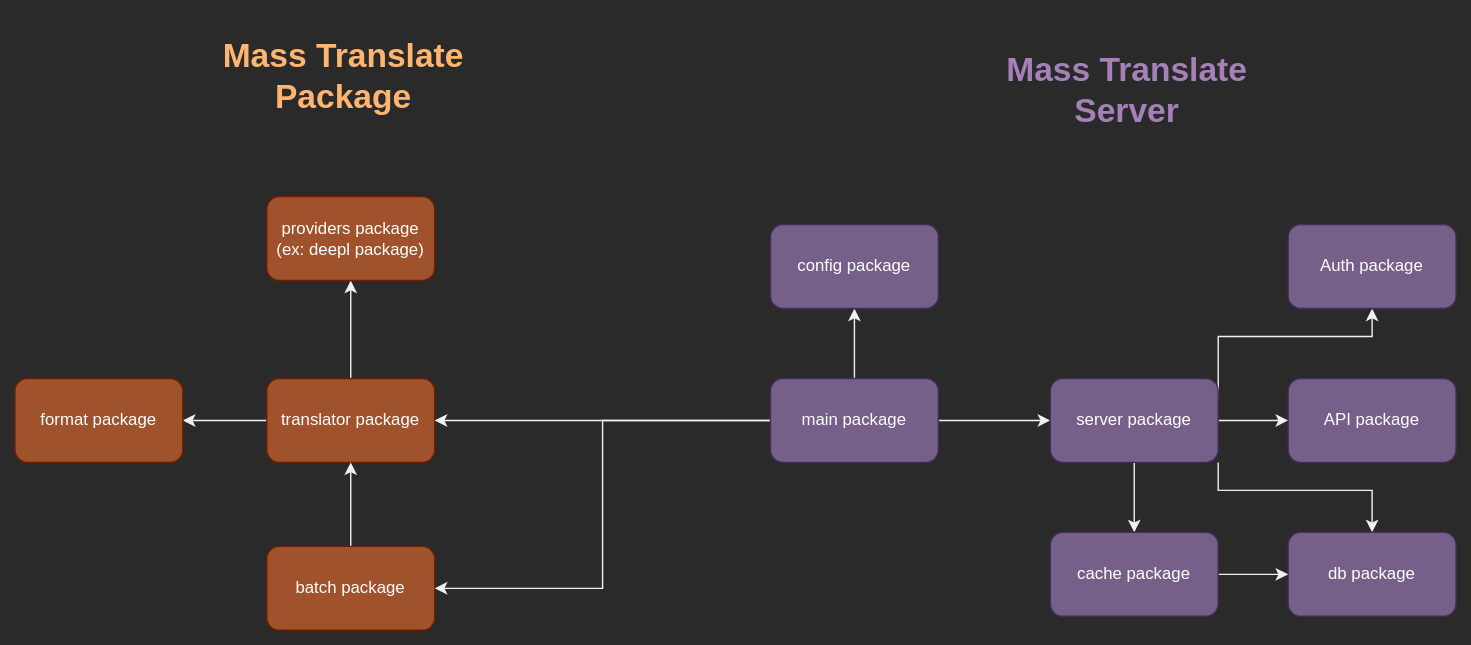
Before: diagrams/package diagram.svg, a diagram exported from draw.io (o0n1x/sublate-go). Source tidied: cells renumbered, new cells last; positions are measured from the earlier drawing's top-left corner, leaving out a move shared by most shapes.
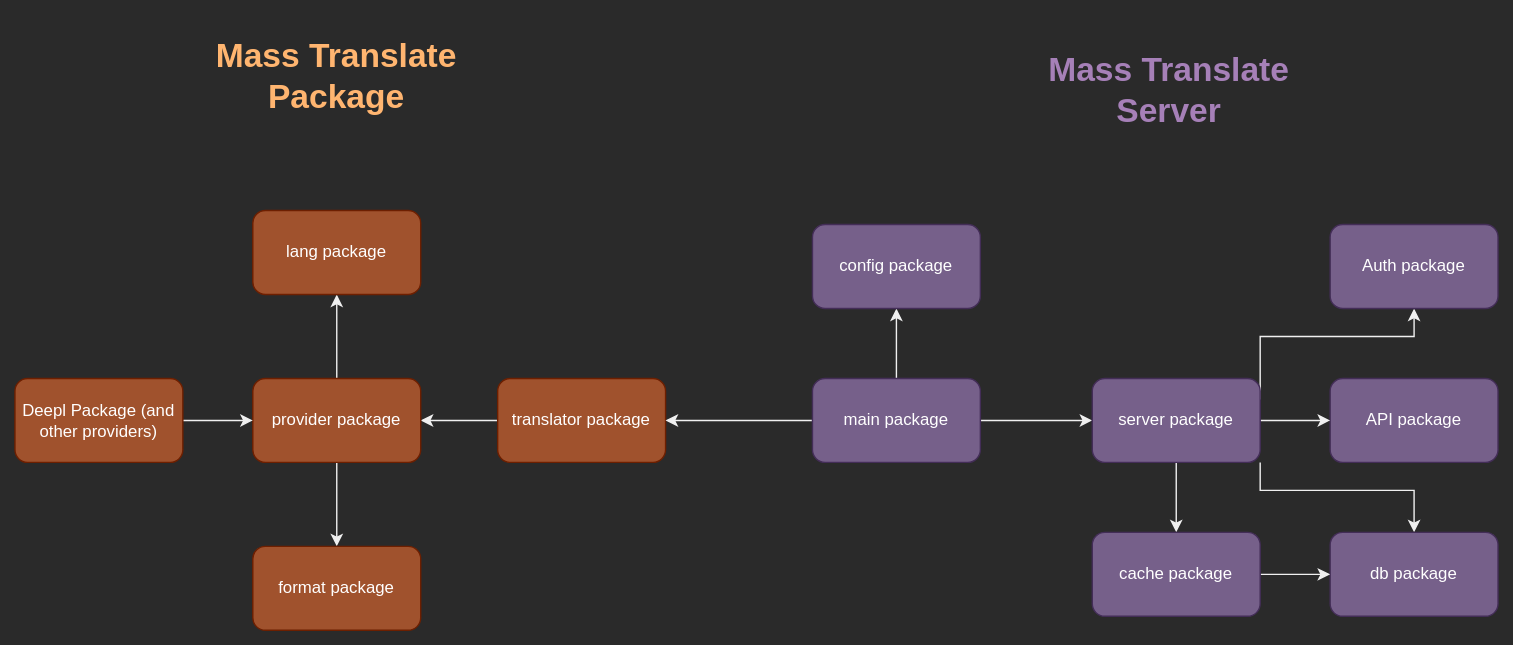
After the change.

Diff of the diagram source:
```diff
@@ -2,27 +2,18 @@
   <root>
     <mxCell id="0" />
     <mxCell id="1" parent="0" />
-    <mxCell id="2" style="edgeStyle=orthogonalEdgeStyle;rounded=0;jettySize=auto;html=1;exitX=0;exitY=0.5;exitDx=0;exitDy=0;entryX=1;entryY=0.5;entryDx=0;entryDy=0;" parent="1" edge="1" source="4" target="24">
+    <mxCell id="2" style="edgeStyle=orthogonalEdgeStyle;rounded=0;jettySize=auto;html=1;exitX=0.5;exitY=1;exitDx=0;exitDy=0;entryX=0.5;entryY=0;entryDx=0;entryDy=0;" parent="1" edge="1" source="23" target="24">
       <mxGeometry relative="1" as="geometry" />
     </mxCell>
-    <mxCell id="3" style="edgeStyle=orthogonalEdgeStyle;rounded=0;jettySize=auto;html=1;exitX=0.5;exitY=0;exitDx=0;exitDy=0;entryX=0.5;entryY=1;entryDx=0;entryDy=0;" parent="1" edge="1" source="4" target="23">
+    <mxCell id="3" style="edgeStyle=orthogonalEdgeStyle;rounded=0;jettySize=auto;html=1;exitX=0;exitY=0.5;exitDx=0;exitDy=0;entryX=1;entryY=0.5;entryDx=0;entryDy=0;" parent="1" edge="1" source="4" target="23">
       <mxGeometry relative="1" as="geometry" />
     </mxCell>
     <mxCell id="4" value="translator package" style="rounded=1;whiteSpace=wrap;html=1;fillColor=#a0522d;fontColor=#ffffff;strokeColor=#6D1F00;" parent="1" vertex="1">
-      <mxGeometry x="180" y="250" width="120" height="60" as="geometry" />
+      <mxGeometry x="315" y="250" width="120" height="60" as="geometry" />
     </mxCell>
-    <mxCell id="5" style="edgeStyle=orthogonalEdgeStyle;rounded=0;jettySize=auto;html=1;exitX=0.5;exitY=0;exitDx=0;exitDy=0;entryX=0.5;entryY=1;entryDx=0;entryDy=0;" parent="1" edge="1" source="6" target="4">
-      <mxGeometry relative="1" as="geometry" />
-    </mxCell>
-    <mxCell id="6" value="batch package" style="rounded=1;whiteSpace=wrap;html=1;fillColor=#a0522d;fontColor=#ffffff;strokeColor=#6D1F00;" parent="1" vertex="1">
-      <mxGeometry x="180" y="370" width="120" height="60" as="geometry" />
-    </mxCell>
     <mxCell id="7" value="API package" style="rounded=1;whiteSpace=wrap;html=1;fillColor=#76608a;fontColor=#ffffff;strokeColor=#432D57;" parent="1" vertex="1">
       <mxGeometry x="910" y="250" width="120" height="60" as="geometry" />
     </mxCell>
-    <mxCell id="8" style="edgeStyle=orthogonalEdgeStyle;rounded=0;jettySize=auto;html=1;exitX=0;exitY=0.5;exitDx=0;exitDy=0;entryX=1;entryY=0.5;entryDx=0;entryDy=0;" parent="1" edge="1" source="12" target="6">
-      <mxGeometry relative="1" as="geometry" />
-    </mxCell>
     <mxCell id="9" style="edgeStyle=orthogonalEdgeStyle;rounded=0;jettySize=auto;html=1;exitX=0;exitY=0.5;exitDx=0;exitDy=0;entryX=1;entryY=0.5;entryDx=0;entryDy=0;" parent="1" edge="1" source="12" target="4">
       <mxGeometry relative="1" as="geometry" />
     </mxCell>
@@ -75,17 +66,29 @@
     <mxCell id="22" value="config package" style="rounded=1;whiteSpace=wrap;html=1;fillColor=#76608a;fontColor=#ffffff;strokeColor=#432D57;" parent="1" vertex="1">
       <mxGeometry x="540" y="140" width="120" height="60" as="geometry" />
     </mxCell>
+    <mxCell id="27" style="edgeStyle=orthogonalEdgeStyle;rounded=0;jettySize=auto;html=1;exitX=0.5;exitY=0;exitDx=0;exitDy=0;entryX=0.5;entryY=1;entryDx=0;entryDy=0;" parent="1" edge="1" source="23" target="28">
+      <mxGeometry relative="1" as="geometry" />
+    </mxCell>
-    <mxCell id="23" value="providers package (ex: deepl package)" style="rounded=1;whiteSpace=wrap;html=1;fillColor=#a0522d;fontColor=#ffffff;strokeColor=#6D1F00;" parent="1" vertex="1">
-      <mxGeometry x="180" y="120" width="120" height="60" as="geometry" />
+    <mxCell id="23" value="provider package" style="rounded=1;whiteSpace=wrap;html=1;fillColor=#a0522d;fontColor=#ffffff;strokeColor=#6D1F00;" parent="1" vertex="1">
+      <mxGeometry x="140" y="250" width="120" height="60" as="geometry" />
     </mxCell>
     <mxCell id="24" value="format package" style="rounded=1;whiteSpace=wrap;html=1;fillColor=#a0522d;fontColor=#ffffff;strokeColor=#6D1F00;" parent="1" vertex="1">
-      <mxGeometry y="250" width="120" height="60" as="geometry" />
+      <mxGeometry x="140" y="370" width="120" height="60" as="geometry" />
     </mxCell>
     <mxCell id="25" value="&lt;h1&gt;&lt;font color=&quot;#ffb570&quot;&gt;Mass Translate Package&lt;/font&gt;&lt;/h1&gt;" style="text;html=1;strokeColor=none;fillColor=none;spacing=5;spacingTop=-20;whiteSpace=wrap;overflow=hidden;rounded=0;align=center;" parent="1" vertex="1">
-      <mxGeometry x="140" width="190" height="120" as="geometry" />
+      <mxGeometry x="105" width="190" height="120" as="geometry" />
     </mxCell>
     <mxCell id="26" value="&lt;h1&gt;&lt;font color=&quot;#a680b8&quot;&gt;Mass Translate Server&lt;/font&gt;&lt;/h1&gt;" style="text;html=1;strokeColor=none;fillColor=none;spacing=5;spacingTop=-20;whiteSpace=wrap;overflow=hidden;rounded=0;align=center;" parent="1" vertex="1">
       <mxGeometry x="700" y="10" width="190" height="120" as="geometry" />
     </mxCell>
+    <mxCell id="28" value="lang package" style="rounded=1;whiteSpace=wrap;html=1;fillColor=#a0522d;fontColor=#ffffff;strokeColor=#6D1F00;" parent="1" vertex="1">
+      <mxGeometry x="140" y="130" width="120" height="60" as="geometry" />
+    </mxCell>
+    <mxCell id="29" style="edgeStyle=orthogonalEdgeStyle;rounded=0;jettySize=auto;html=1;exitX=1;exitY=0.5;exitDx=0;exitDy=0;entryX=0;entryY=0.5;entryDx=0;entryDy=0;" parent="1" edge="1" source="30" target="23">
+      <mxGeometry relative="1" as="geometry" />
+    </mxCell>
+    <mxCell id="30" value="Deepl Package (and other providers)" style="rounded=1;whiteSpace=wrap;html=1;fillColor=#a0522d;fontColor=#ffffff;strokeColor=#6D1F00;" parent="1" vertex="1">
+      <mxGeometry x="-30" y="250" width="120" height="60" as="geometry" />
+    </mxCell>
   </root>
 </mxGraphModel>
```
